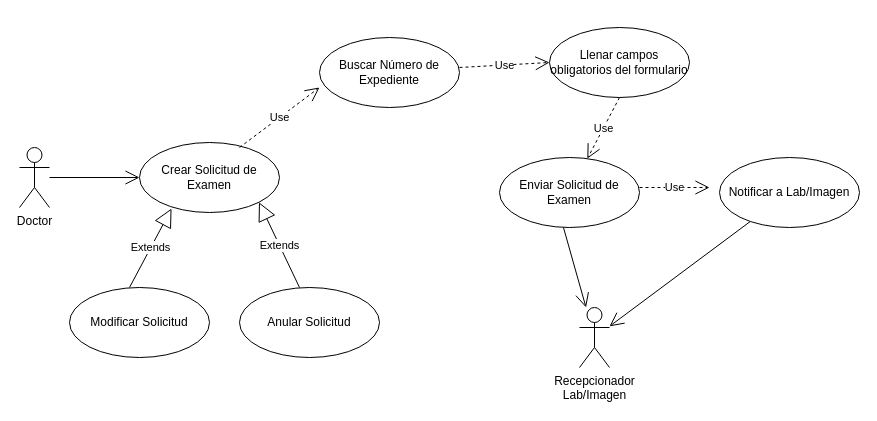
Earlier version of the draw.io diagram page "CDU Creación de solicitud de Examen" (5 of 8) of Casos de uso SNH.drawio (marguello86/Equipo1_MINSA). Source tidied: cells renumbered, new cells numbered last; positions are measured from the earlier drawing's top-left corner, leaving out a move shared by most shapes. Both pictures are drawn from the tidied source at 100%, with x=0, y=0 at pixel (19, 27).
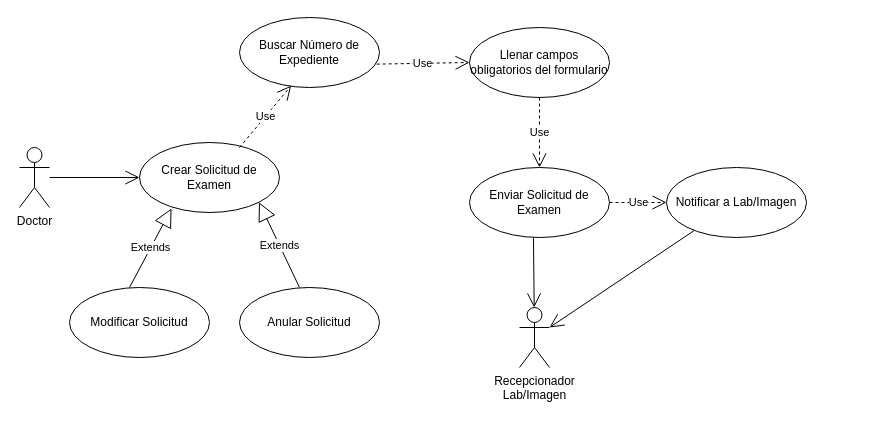
The same diagram, later.

Change to the diagram source:
```diff
@@
     <mxCell id="5" value="Buscar Número de Expediente" style="ellipse;whiteSpace=wrap;html=1;" parent="1" vertex="1">
-      <mxGeometry x="300" y="10" width="140" height="70" as="geometry" />
+      <mxGeometry x="220" y="-10" width="140" height="70" as="geometry" />
     </mxCell>
-    <mxCell id="6" value="Use" style="endArrow=open;endSize=12;dashed=1;html=1;rounded=0;entryX=0;entryY=0.714;entryDx=0;entryDy=0;entryPerimeter=0;" parent="1" edge="1" target="5">
+    <mxCell id="6" value="Use" style="endArrow=open;endSize=12;dashed=1;html=1;rounded=0;entryX=0.369;entryY=0.974;entryDx=0;entryDy=0;entryPerimeter=0;" parent="1" edge="1" target="5">
       <mxGeometry relative="1" as="geometry">
         <mxPoint x="220" y="120" as="sourcePoint" />
       </mxGeometry>
     </mxCell>
@@
-    <mxCell id="11" value="Use" style="endArrow=open;endSize=12;dashed=1;html=1;rounded=0;entryX=0;entryY=0.5;entryDx=0;entryDy=0;" parent="1" edge="1">
-      <mxGeometry relative="1" as="geometry">
-        <mxPoint x="440" y="40" as="sourcePoint" />
-        <mxPoint x="530" y="35" as="targetPoint" />
-      </mxGeometry>
+    <mxCell id="11" value="Use" style="endArrow=open;endSize=12;dashed=1;html=1;rounded=0;entryX=0;entryY=0.5;entryDx=0;entryDy=0;exitX=0.98;exitY=0.666;exitDx=0;exitDy=0;exitPerimeter=0;" parent="1" edge="1" source="5" target="15">
+      <mxGeometry relative="1" as="geometry" />
     </mxCell>
     <mxCell id="12" value="Recepcionador&lt;br&gt;Lab/Imagen" style="shape=umlActor;verticalLabelPosition=bottom;verticalAlign=top;html=1;" parent="1" vertex="1">
-      <mxGeometry x="560" y="280" width="30" height="60" as="geometry" />
+      <mxGeometry x="500" y="280" width="30" height="60" as="geometry" />
     </mxCell>
     <mxCell id="13" value="Enviar Solicitud de Examen" style="ellipse;whiteSpace=wrap;html=1;" parent="1" vertex="1">
-      <mxGeometry x="480" y="130" width="140" height="70" as="geometry" />
+      <mxGeometry x="450" y="140" width="140" height="70" as="geometry" />
     </mxCell>
@@
     <mxCell id="15" value="Llenar campos obligatorios del formulario" style="ellipse;whiteSpace=wrap;html=1;" parent="1" vertex="1">
-      <mxGeometry x="530" width="140" height="70" as="geometry" />
+      <mxGeometry x="450" width="140" height="70" as="geometry" />
     </mxCell>
@@
     <mxCell id="17" value="Notificar a Lab/Imagen" style="ellipse;whiteSpace=wrap;html=1;" parent="1" vertex="1">
-      <mxGeometry x="700" y="130" width="140" height="70" as="geometry" />
+      <mxGeometry x="647" y="140" width="140" height="70" as="geometry" />
     </mxCell>
-    <mxCell id="18" value="Use" style="endArrow=open;endSize=12;dashed=1;html=1;rounded=0;" parent="1" edge="1">
-      <mxGeometry relative="1" as="geometry">
-        <mxPoint x="620" y="160" as="sourcePoint" />
-        <mxPoint x="690" y="160" as="targetPoint" />
-      </mxGeometry>
+    <mxCell id="18" value="Use" style="endArrow=open;endSize=12;dashed=1;html=1;rounded=0;entryX=0;entryY=0.5;entryDx=0;entryDy=0;exitX=1;exitY=0.5;exitDx=0;exitDy=0;" parent="1" edge="1" source="13" target="17">
+      <mxGeometry relative="1" as="geometry" />
     </mxCell>
```
